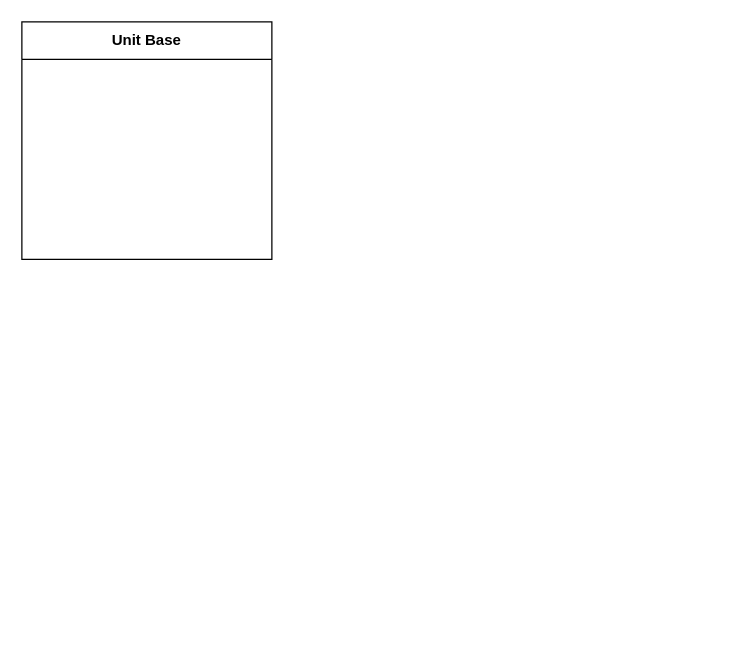
Before: page "페이지-2" (2 of 2) of Project_CSD.drawio in YJU-Capstone-Design/Capstone-Design, a draw.io diagram. Source tidied: cells renumbered, new cells numbered last; positions are measured from the earlier drawing's top-left corner, leaving out a move shared by most shapes. Both pictures are drawn from the tidied source at 125%, with x=0, y=0 at pixel (21, 21).
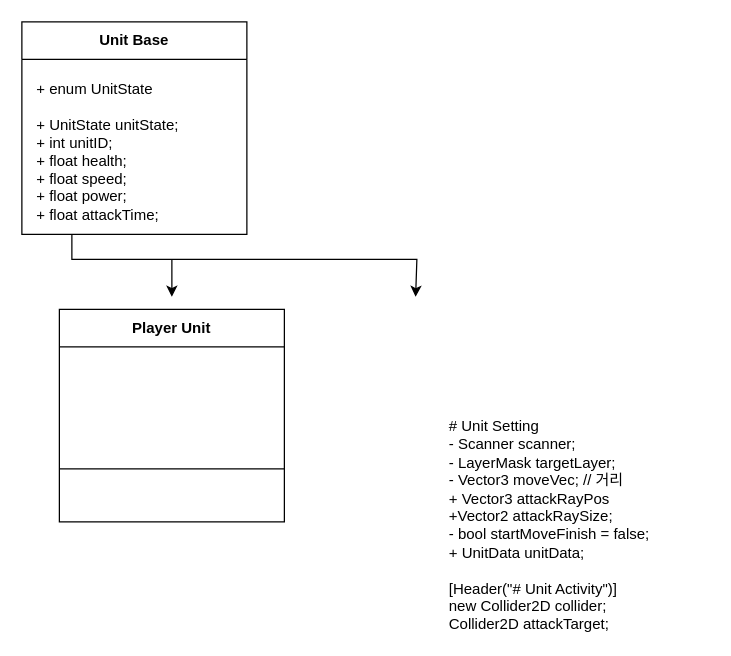
The same diagram, later.

Change to the diagram source:
```diff
@@
 <mxGraphModel>
   <root>
     <mxCell id="0" />
     <mxCell id="1" parent="0" />
     <mxCell id="2" value="Unit Base" style="swimlane;whiteSpace=wrap;html=1;startSize=30;" parent="1" vertex="1">
-      <mxGeometry width="200" height="190" as="geometry" />
+      <mxGeometry width="180" height="170" as="geometry" />
     </mxCell>
+    <mxCell id="3" value="+&amp;nbsp;enum UnitState&lt;div&gt;&lt;br&gt;&lt;div&gt;+&amp;nbsp;&lt;span style=&quot;background-color: initial;&quot;&gt;UnitState unitState;&lt;/span&gt;&lt;/div&gt;&lt;div&gt;&lt;span style=&quot;background-color: initial;&quot;&gt;+&amp;nbsp;&lt;/span&gt;int unitID;&lt;/div&gt;&lt;div&gt;&lt;span style=&quot;background-color: initial;&quot;&gt;+&amp;nbsp;&lt;/span&gt;float health;&lt;/div&gt;&lt;div&gt;&lt;span style=&quot;background-color: initial;&quot;&gt;+&amp;nbsp;&lt;/span&gt;float speed;&lt;/div&gt;&lt;div&gt;&lt;span style=&quot;background-color: initial;&quot;&gt;+&amp;nbsp;&lt;/span&gt;float power;&lt;/div&gt;&lt;div&gt;&lt;span style=&quot;background-color: initial;&quot;&gt;+&amp;nbsp;&lt;/span&gt;float attackTime;&lt;/div&gt;&lt;/div&gt;" style="text;html=1;align=left;verticalAlign=top;whiteSpace=wrap;rounded=0;" parent="2" vertex="1">
+      <mxGeometry x="10" y="40" width="160" height="120" as="geometry" />
+    </mxCell>
+    <mxCell id="4" style="endArrow=classic;html=1;rounded=0;" parent="1" edge="1">
+      <mxGeometry relative="1" as="geometry">
+        <mxPoint x="120" y="190" as="sourcePoint" />
+        <mxPoint x="120" y="220" as="targetPoint" />
+      </mxGeometry>
+    </mxCell>
+    <mxCell id="5" style="edgeStyle=orthogonalEdgeStyle;rounded=0;orthogonalLoop=1;jettySize=auto;html=1;exitX=0.25;exitY=1;exitDx=0;exitDy=0;" parent="1" edge="1">
+      <mxGeometry relative="1" as="geometry">
+        <mxPoint x="40" y="170" as="sourcePoint" />
+        <mxPoint x="315" y="220" as="targetPoint" />
+        <Array as="points">
+          <mxPoint x="40" y="190" />
+          <mxPoint x="316" y="190" />
+        </Array>
+      </mxGeometry>
+    </mxCell>
+    <mxCell id="6" value="Player Unit" style="swimlane;whiteSpace=wrap;html=1;startSize=30;" parent="1" vertex="1">
+      <mxGeometry x="30" y="230" width="180" height="170" as="geometry" />
+    </mxCell>
+    <mxCell id="7" style="endArrow=none;html=1;rounded=0;exitX=0;exitY=0.75;exitDx=0;exitDy=0;entryX=1;entryY=0.75;entryDx=0;entryDy=0;" parent="1" edge="1" source="6" target="6">
+      <mxGeometry relative="1" as="geometry" />
+    </mxCell>
+    <mxCell id="8" value="&lt;div&gt;# Unit Setting&lt;br&gt;&lt;/div&gt;&lt;div&gt;- Scanner scanner;&lt;/div&gt;&lt;div&gt;- LayerMask targetLayer;&lt;/div&gt;&lt;div&gt;- Vector3 moveVec; // 거리&lt;/div&gt;&lt;div&gt;+ Vector3 attackRayPos&lt;/div&gt;&lt;div&gt;+Vector2 attackRaySize;&lt;/div&gt;&lt;div&gt;- bool startMoveFinish = false;&lt;/div&gt;&lt;div&gt;+ UnitData unitData;&lt;/div&gt;&lt;div&gt;&lt;br&gt;&lt;/div&gt;&lt;div&gt;[Header(&quot;# Unit Activity&quot;)]&lt;/div&gt;&lt;div&gt;new Collider2D collider;&lt;/div&gt;&lt;div&gt;Collider2D attackTarget;&lt;/div&gt;" style="text;html=1;align=left;verticalAlign=top;whiteSpace=wrap;rounded=0;" parent="1" vertex="1">
+      <mxGeometry x="340" y="310" width="210" height="180" as="geometry" />
+    </mxCell>
   </root>
 </mxGraphModel>
```
